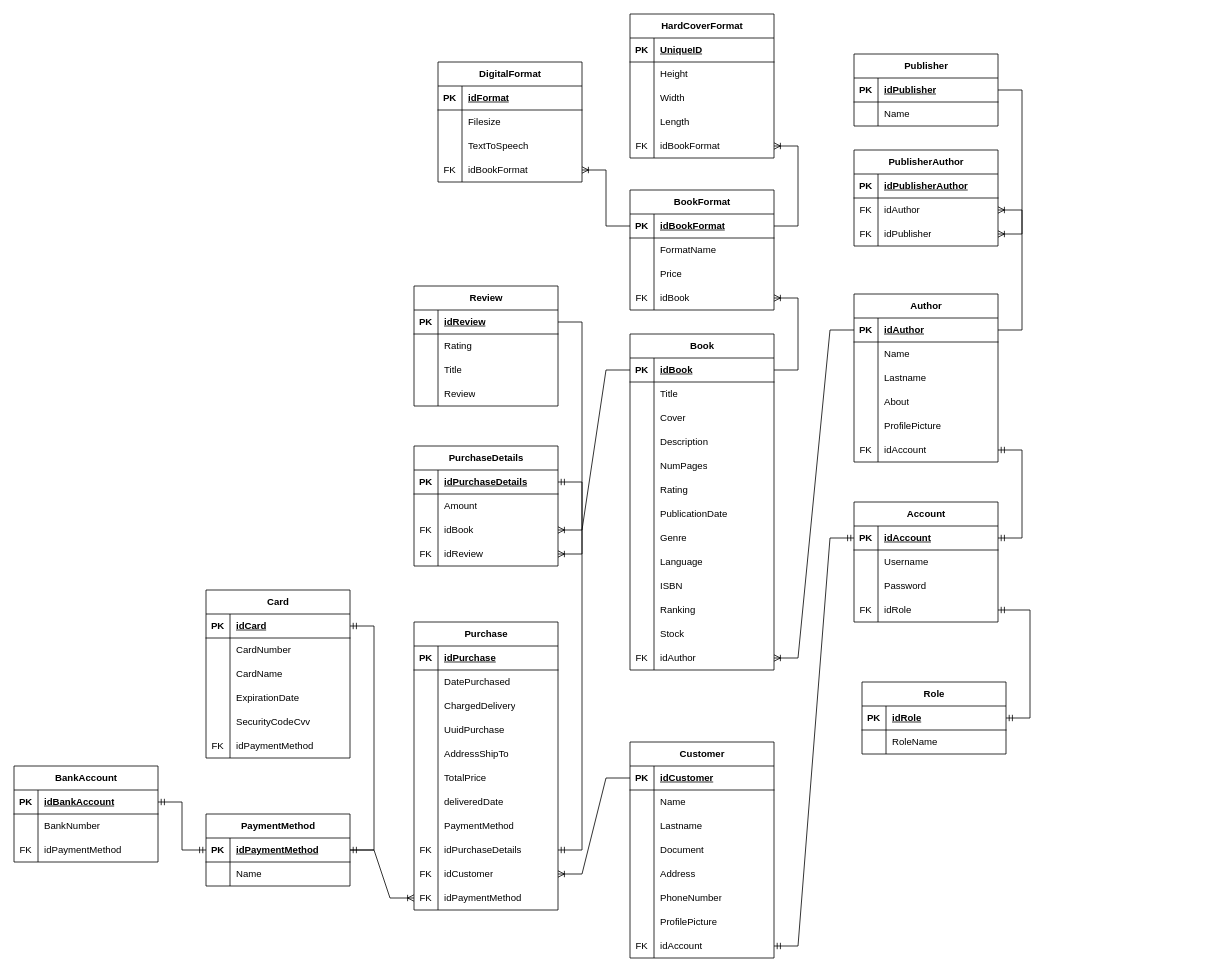
This is docs/diagrams/bookStoreEntityRelation.drawio from josueBarretogit/goApiBookstore, a draw.io file, before an edit. Source tidied: cells renumbered, new cells numbered last; positions are measured from the earlier drawing's top-left corner, leaving out a move shared by most shapes. Both pictures are drawn from the tidied source at 80%, with x=0, y=0 at pixel (14, 14).
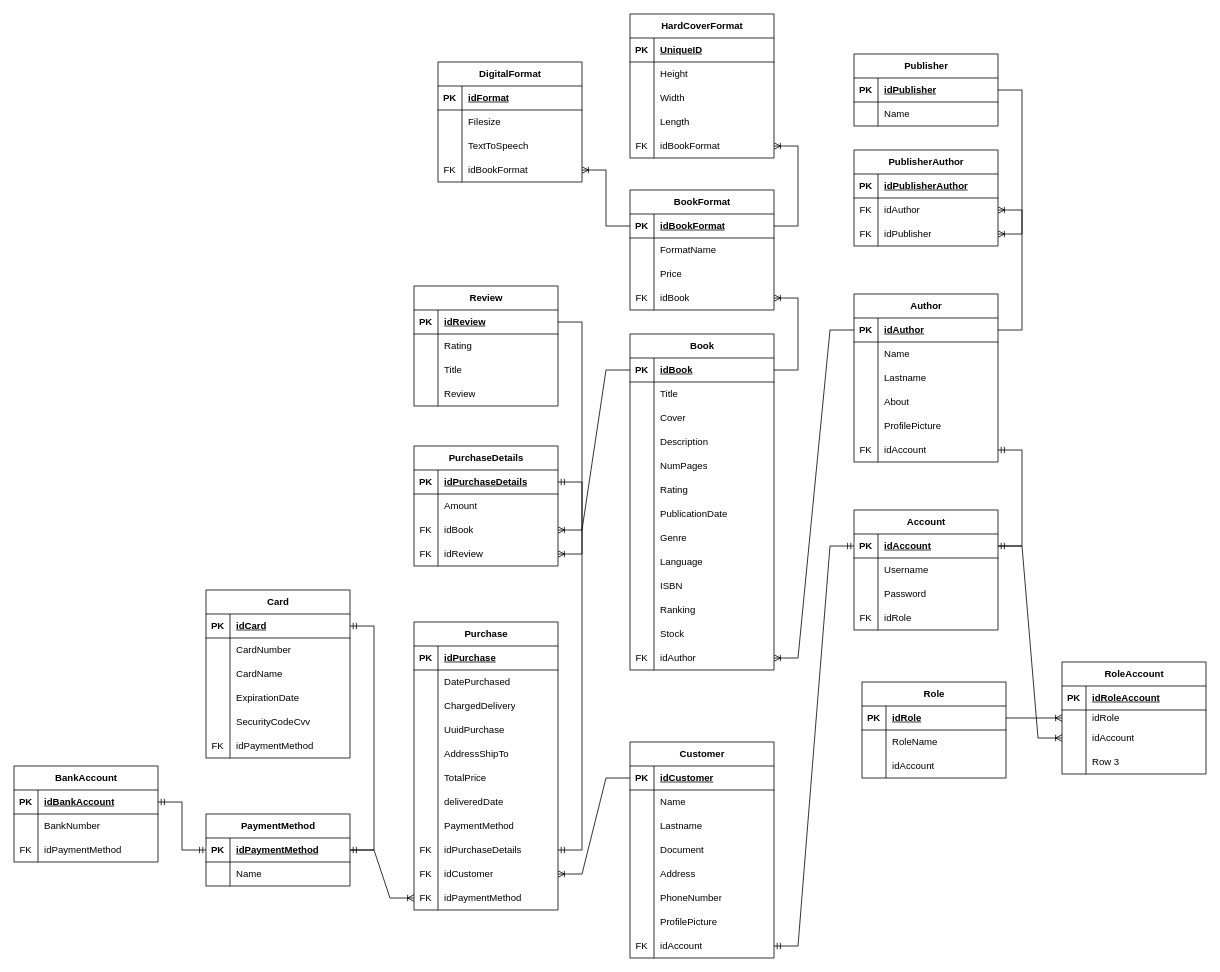
The same diagram, later.

The change refers to these unchanged cells:
```xml
<mxCell id="43" style="shape=tableRow;horizontal=0;startSize=0;swimlaneHead=0;swimlaneBody=0;fillColor=none;points=[[0,0.5],[1,0.5]];portConstraint=eastwest;top=0;left=0;right=0;bottom=1;" parent="42" vertex="1">
  <mxGeometry y="30" width="180" height="30" as="geometry" />
</mxCell>
<mxCell id="52" style="shape=tableRow;horizontal=0;startSize=0;swimlaneHead=0;swimlaneBody=0;fillColor=none;points=[[0,0.5],[1,0.5]];portConstraint=eastwest;top=0;left=0;right=0;bottom=0;" parent="42" vertex="1">
  <mxGeometry y="120" width="180" height="30" as="geometry" />
</mxCell>
<mxCell id="76" style="shape=tableRow;horizontal=0;startSize=0;swimlaneHead=0;swimlaneBody=0;fillColor=none;points=[[0,0.5],[1,0.5]];portConstraint=eastwest;top=0;left=0;right=0;bottom=1;" parent="75" vertex="1">
  <mxGeometry y="30" width="180" height="30" as="geometry" />
</mxCell>
```

Diff of the diagram source:
```diff
@@
     <mxCell id="42" value="Account" style="shape=table;startSize=30;childLayout=tableLayout;rowLines=0;fontStyle=1;align=center;html=1;" parent="1" vertex="1">
-      <mxGeometry x="1050" y="610" width="180" height="150" as="geometry" />
+      <mxGeometry x="1050" y="620" width="180" height="150" as="geometry" />
     </mxCell>
@@
     <mxCell id="75" value="Role" style="shape=table;startSize=30;childLayout=tableLayout;rowLines=0;fontStyle=1;align=center;html=1;" parent="1" vertex="1">
-      <mxGeometry x="1060" y="835" width="180" height="90" as="geometry" />
+      <mxGeometry x="1060" y="835" width="180" height="120" as="geometry" />
     </mxCell>
@@
-    <mxCell id="82" style="edgeStyle=entityRelationEdgeStyle;fontSize=12;html=1;endArrow=ERmandOne;startArrow=ERmandOne;rounded=0;" parent="1" edge="1" source="52" target="76">
-      <mxGeometry relative="1" as="geometry">
-        <Array as="points">
-          <mxPoint x="1360" y="985" />
-        </Array>
-      </mxGeometry>
-    </mxCell>
+    <mxCell id="277" style="shape=tableRow;horizontal=0;startSize=0;swimlaneHead=0;swimlaneBody=0;fillColor=none;top=0;left=0;right=0;bottom=0;" parent="75" vertex="1">
+      <mxGeometry y="90" width="180" height="30" as="geometry" />
+    </mxCell>
+    <mxCell id="278" style="shape=partialRectangle;fillColor=none;top=0;left=0;bottom=0;right=0;overflow=hidden;whiteSpace=wrap;html=1;" parent="277" vertex="1">
+      <mxGeometry width="30" height="30" as="geometry" />
+    </mxCell>
+    <mxCell id="279" value="idAccount" style="shape=partialRectangle;fillColor=none;top=0;left=0;bottom=0;right=0;align=left;spacingLeft=6;overflow=hidden;whiteSpace=wrap;html=1;" parent="277" vertex="1">
+      <mxGeometry x="30" width="150" height="30" as="geometry" />
+    </mxCell>
@@
+    <mxCell id="280" value="RoleAccount" style="shape=table;startSize=30;childLayout=tableLayout;rowLines=0;fontStyle=1;align=center;html=1;" parent="1" vertex="1">
+      <mxGeometry x="1310" y="810" width="180" height="140" as="geometry" />
+    </mxCell>
+    <mxCell id="281" style="shape=tableRow;horizontal=0;startSize=0;swimlaneHead=0;swimlaneBody=0;fillColor=none;top=0;left=0;right=0;bottom=1;" parent="280" vertex="1">
+      <mxGeometry y="30" width="180" height="30" as="geometry" />
+    </mxCell>
+    <mxCell id="282" value="PK" style="shape=partialRectangle;fillColor=none;top=0;left=0;bottom=0;right=0;fontStyle=1;overflow=hidden;whiteSpace=wrap;html=1;" parent="281" vertex="1">
+      <mxGeometry width="30" height="30" as="geometry" />
+    </mxCell>
+    <mxCell id="283" value="idRoleAccount" style="shape=partialRectangle;fillColor=none;top=0;left=0;bottom=0;right=0;align=left;spacingLeft=6;fontStyle=5;overflow=hidden;whiteSpace=wrap;html=1;" parent="281" vertex="1">
+      <mxGeometry x="30" width="150" height="30" as="geometry" />
+    </mxCell>
+    <mxCell id="284" style="shape=tableRow;horizontal=0;startSize=0;swimlaneHead=0;swimlaneBody=0;fillColor=none;points=[[0,0.5],[1,0.5]];portConstraint=eastwest;top=0;left=0;right=0;bottom=0;" parent="280" vertex="1">
+      <mxGeometry y="60" width="180" height="20" as="geometry" />
+    </mxCell>
+    <mxCell id="285" style="shape=partialRectangle;fillColor=none;top=0;left=0;bottom=0;right=0;overflow=hidden;whiteSpace=wrap;html=1;" parent="284" vertex="1">
+      <mxGeometry width="30" height="20" as="geometry" />
+    </mxCell>
+    <mxCell id="286" value="idRole" style="shape=partialRectangle;fillColor=none;top=0;left=0;bottom=0;right=0;align=left;spacingLeft=6;overflow=hidden;whiteSpace=wrap;html=1;" parent="284" vertex="1">
+      <mxGeometry x="30" width="150" height="20" as="geometry" />
+    </mxCell>
+    <mxCell id="287" style="shape=tableRow;horizontal=0;startSize=0;swimlaneHead=0;swimlaneBody=0;fillColor=none;points=[[0,0.5],[1,0.5]];portConstraint=eastwest;top=0;left=0;right=0;bottom=0;" parent="280" vertex="1">
+      <mxGeometry y="80" width="180" height="30" as="geometry" />
+    </mxCell>
+    <mxCell id="288" style="shape=partialRectangle;fillColor=none;top=0;left=0;bottom=0;right=0;overflow=hidden;whiteSpace=wrap;html=1;" parent="287" vertex="1">
+      <mxGeometry width="30" height="30" as="geometry" />
+    </mxCell>
+    <mxCell id="289" value="idAccount" style="shape=partialRectangle;fillColor=none;top=0;left=0;bottom=0;right=0;align=left;spacingLeft=6;overflow=hidden;whiteSpace=wrap;html=1;" parent="287" vertex="1">
+      <mxGeometry x="30" width="150" height="30" as="geometry" />
+    </mxCell>
+    <mxCell id="290" style="shape=tableRow;horizontal=0;startSize=0;swimlaneHead=0;swimlaneBody=0;fillColor=none;top=0;left=0;right=0;bottom=0;" parent="280" vertex="1">
+      <mxGeometry y="110" width="180" height="30" as="geometry" />
+    </mxCell>
+    <mxCell id="291" style="shape=partialRectangle;fillColor=none;top=0;left=0;bottom=0;right=0;overflow=hidden;whiteSpace=wrap;html=1;" parent="290" vertex="1">
+      <mxGeometry width="30" height="30" as="geometry" />
+    </mxCell>
+    <mxCell id="292" value="Row 3" style="shape=partialRectangle;fillColor=none;top=0;left=0;bottom=0;right=0;align=left;spacingLeft=6;overflow=hidden;whiteSpace=wrap;html=1;" parent="290" vertex="1">
+      <mxGeometry x="30" width="150" height="30" as="geometry" />
+    </mxCell>
+    <mxCell id="293" style="edgeStyle=entityRelationEdgeStyle;fontSize=12;html=1;endArrow=ERoneToMany;rounded=0;" parent="1" edge="1" source="43" target="287">
+      <mxGeometry relative="1" as="geometry" />
+    </mxCell>
+    <mxCell id="294" style="edgeStyle=entityRelationEdgeStyle;fontSize=12;html=1;endArrow=ERoneToMany;rounded=0;" parent="1" edge="1" source="76" target="284">
+      <mxGeometry relative="1" as="geometry" />
+    </mxCell>
```
